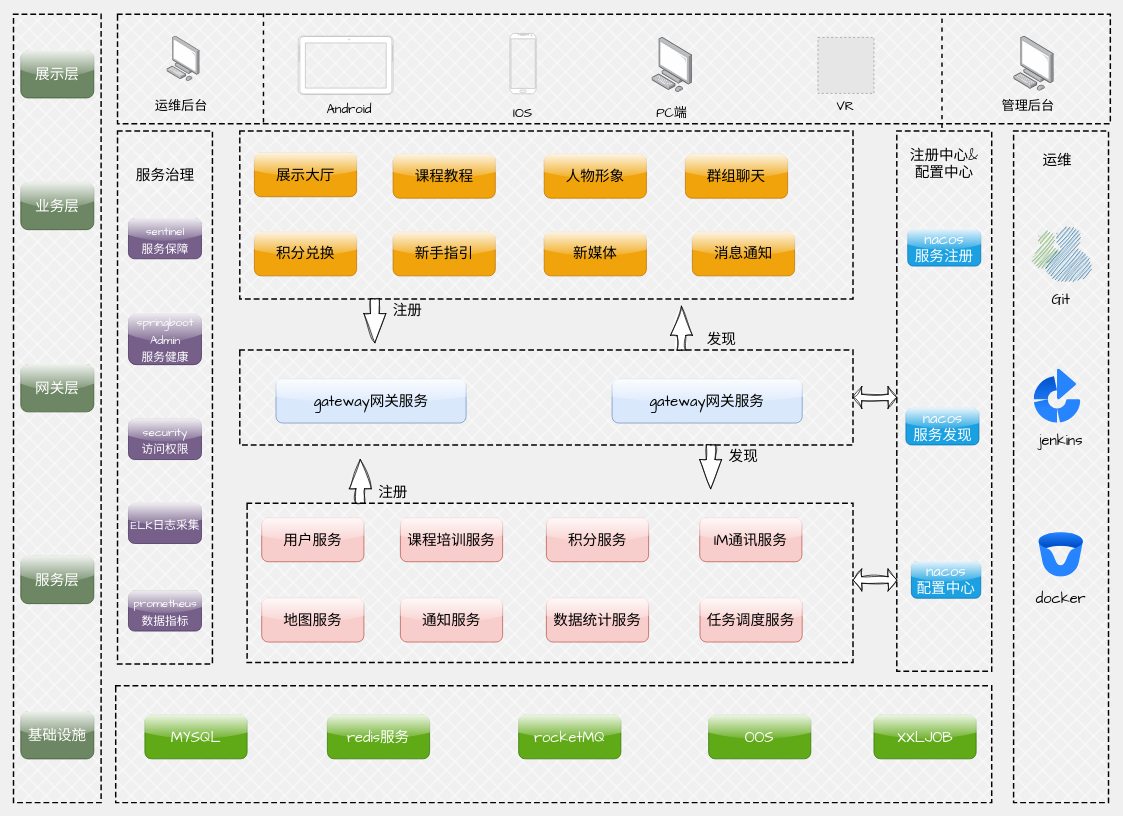
This is 业务架构图.drawio from GobHub/HelloWorld, a draw.io file, before an edit. Source tidied: cells renumbered, new cells numbered last; positions are measured from the earlier drawing's top-left corner, leaving out a move shared by most shapes. Both pictures are drawn from the tidied source at 73%, with x=0, y=0 at pixel (13, 14). Pictures stored in the file or linked from it are replaced by grey dashed boxes.
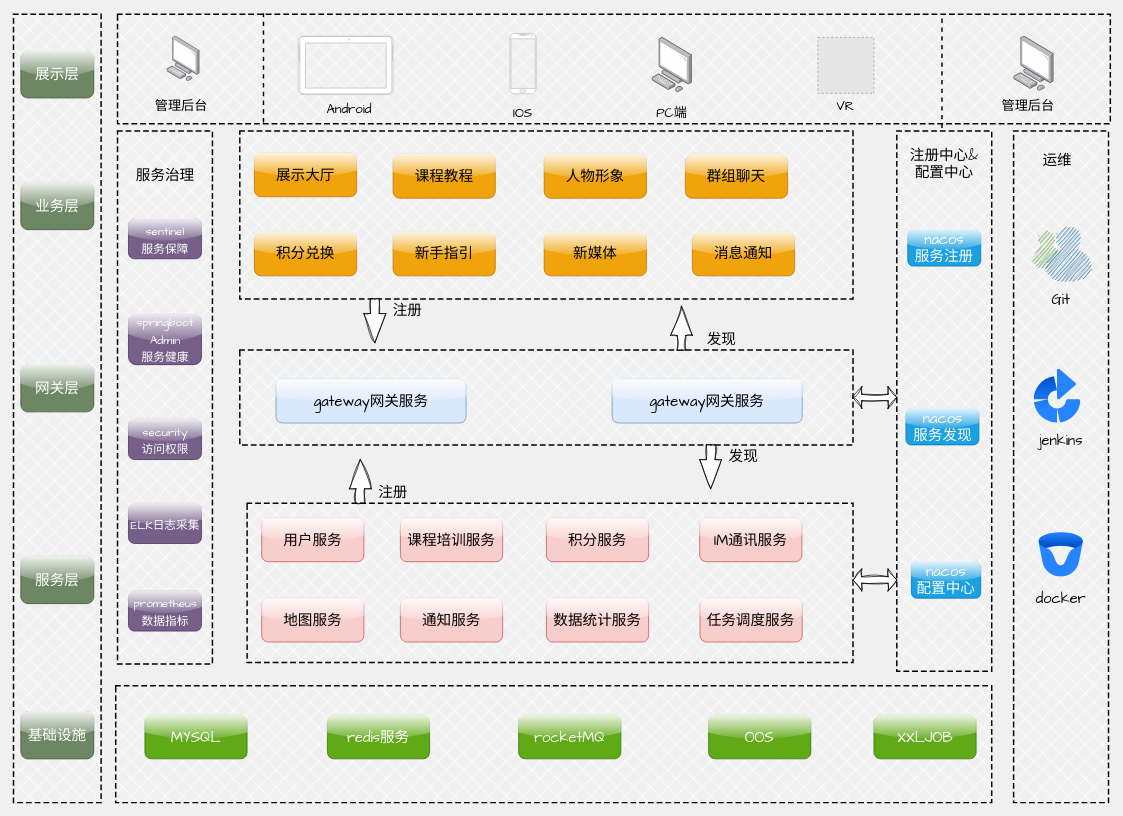
The same page after the edit.

Commit message:
更新业务架构图.drawio

Change to the diagram source:
```diff
@@
-    <mxCell id="10" value="运维后台" style="text;html=1;strokeColor=none;fillColor=none;align=center;verticalAlign=middle;whiteSpace=wrap;rounded=0;fontSize=18;fontFamily=Architects Daughter;" parent="1" vertex="1">
+    <mxCell id="10" value="管理后台" style="text;html=1;strokeColor=none;fillColor=none;align=center;verticalAlign=middle;whiteSpace=wrap;rounded=0;fontSize=18;fontFamily=Architects Daughter;" parent="1" vertex="1">
       <mxGeometry x="180" y="110" width="100" height="30" as="geometry" />
     </mxCell>
```
